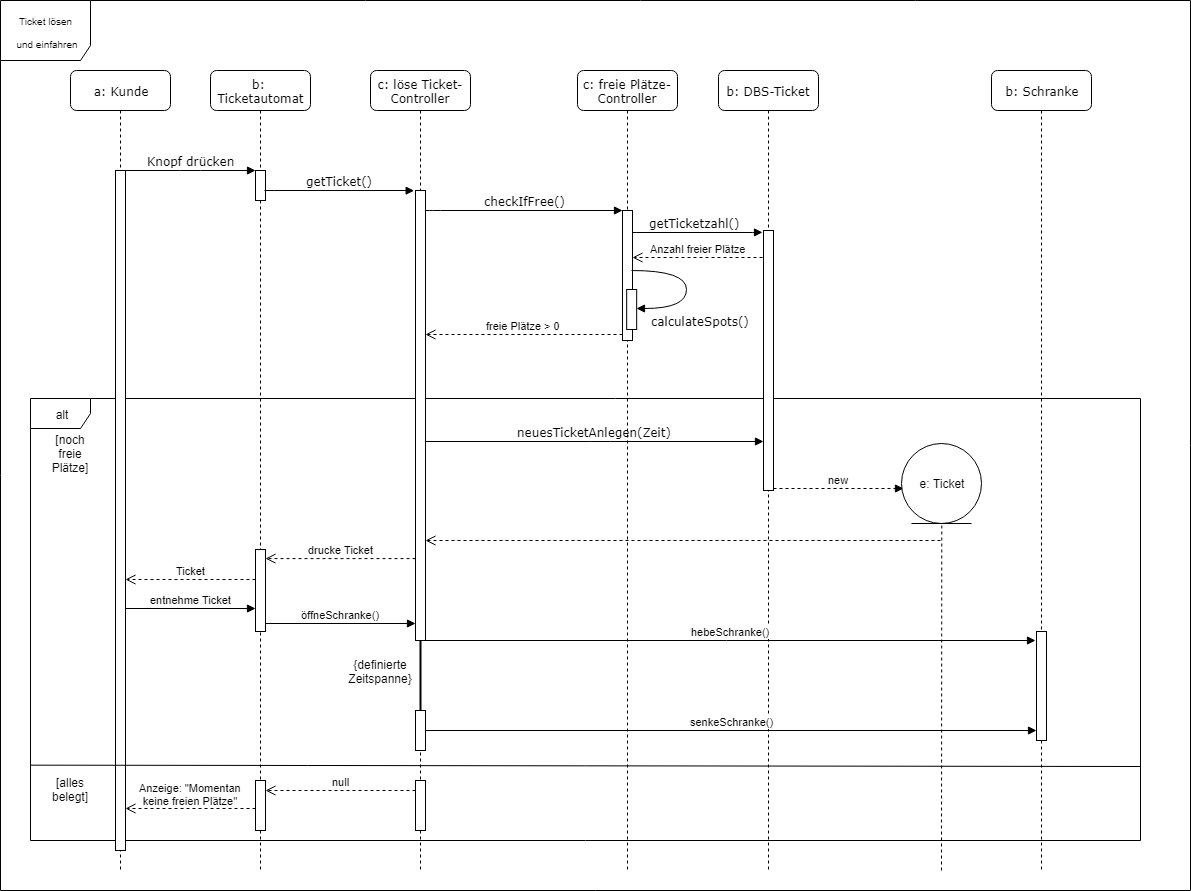
Above: f(u)ml/Sequence_Diagrams/LaHMa-Ticket_loesen-sequence_diagram.png in Filsball/LaHMa_Carpark (draw.io), before the change. Source tidied: cells renumbered, new cells last; positions are measured from the earlier drawing's top-left corner, leaving out a move shared by most shapes.
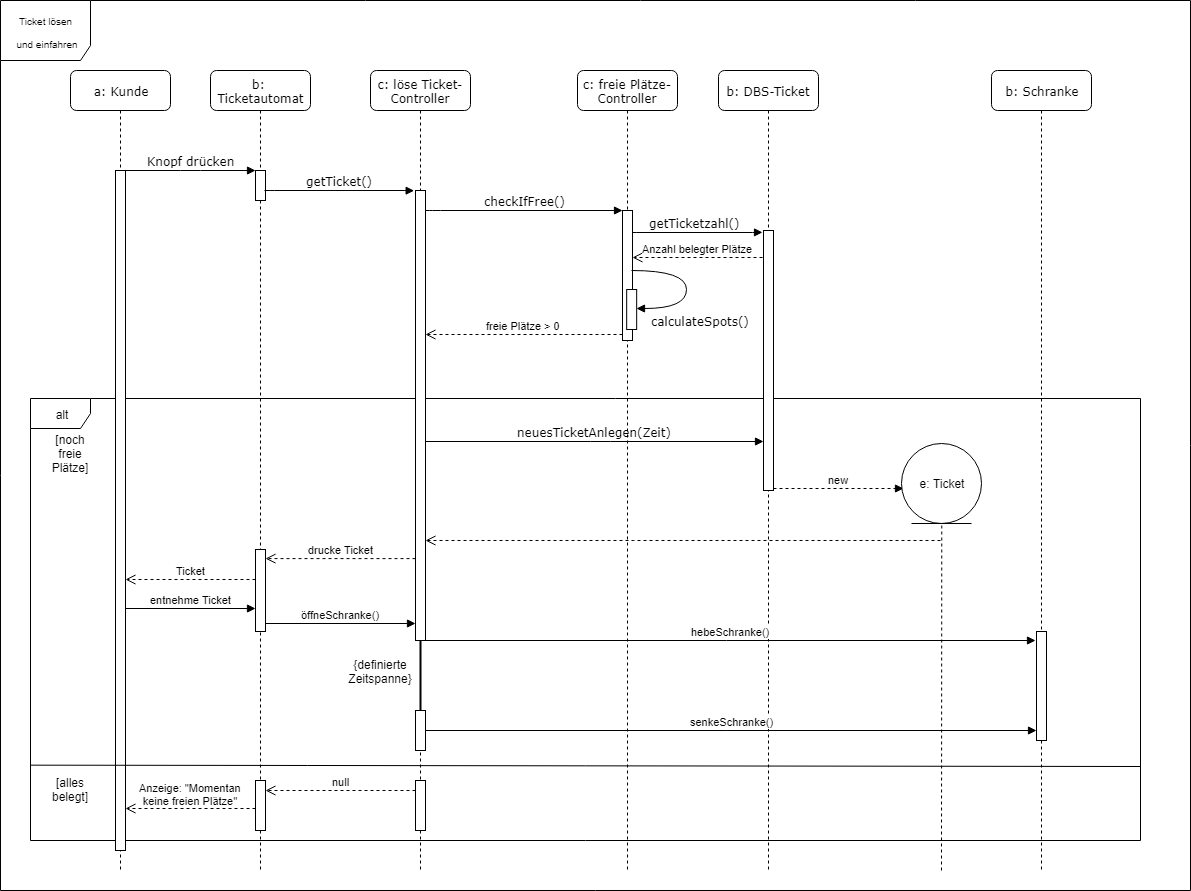
After the change.

Change to the diagram source:
```diff
@@ -116,7 +116,7 @@
     <mxCell id="30" value="[alles belegt]" style="text;html=1;strokeColor=none;fillColor=none;align=center;verticalAlign=middle;whiteSpace=wrap;rounded=0;" parent="1" vertex="1">
       <mxGeometry x="40" y="779" width="60" height="20" as="geometry" />
     </mxCell>
-    <mxCell id="31" value="Anzahl freier Plätze" style="html=1;verticalAlign=bottom;endArrow=open;dashed=1;endSize=8;" parent="1" edge="1">
+    <mxCell id="31" value="Anzahl belegter Plätze" style="html=1;verticalAlign=bottom;endArrow=open;dashed=1;endSize=8;" parent="1" edge="1">
       <mxGeometry relative="1" as="geometry">
         <mxPoint x="762" y="257" as="sourcePoint" />
         <mxPoint x="632" y="257" as="targetPoint" />
```
